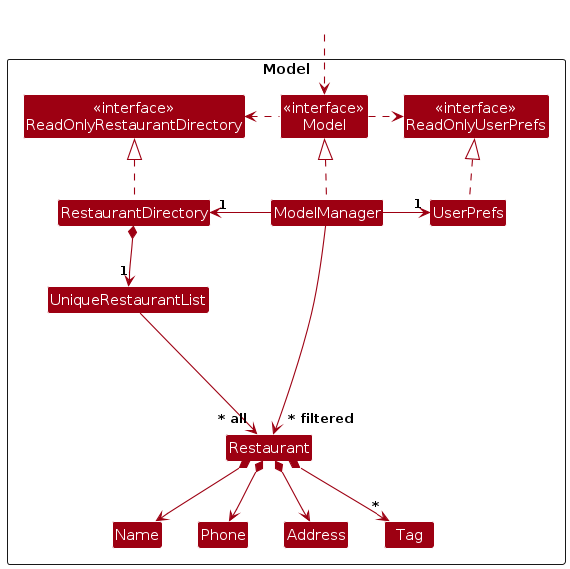
Earlier version of the PlantUML export diagrams/ModelClassDiagram.png (AY2526S1-CS2103T-T14-3/tp). Its source is kept beside it as diagrams/ModelClassDiagram.puml. Its diagram source:
```plantuml
@startuml
!include style.puml
skinparam arrowThickness 1.1
skinparam arrowColor MODEL_COLOR
skinparam classBackgroundColor MODEL_COLOR

Package Model as ModelPackage <<Rectangle>>{
Class "<<interface>>\nReadOnlyRestaurantDirectory" as ReadOnlyRestaurantDirectory
Class "<<interface>>\nReadOnlyUserPrefs" as ReadOnlyUserPrefs
Class "<<interface>>\nModel" as Model
Class RestaurantDirectory
Class ModelManager
Class UserPrefs

Class UniqueRestaurantList
Class Restaurant
Class Address
Class Name
Class Phone
Class Tag

Class I #FFFFFF
}

Class HiddenOutside #FFFFFF
HiddenOutside ..> Model

RestaurantDirectory .up.|> ReadOnlyRestaurantDirectory

ModelManager .up.|> Model
Model .right.> ReadOnlyUserPrefs
Model .left.> ReadOnlyRestaurantDirectory
ModelManager -left-> "1" RestaurantDirectory
ModelManager -right-> "1" UserPrefs
UserPrefs .up.|> ReadOnlyUserPrefs

RestaurantDirectory *--> "1" UniqueRestaurantList
UniqueRestaurantList --> "~* all" Restaurant
Restaurant *--> Name
Restaurant *--> Phone
Restaurant *--> Address
Restaurant *--> "*" Tag

Restaurant -[hidden]up--> I
UniqueRestaurantList -[hidden]right-> I

Name -[hidden]right-> Phone
Phone -[hidden]right-> Address

ModelManager --> "~* filtered" Restaurant
@enduml
```
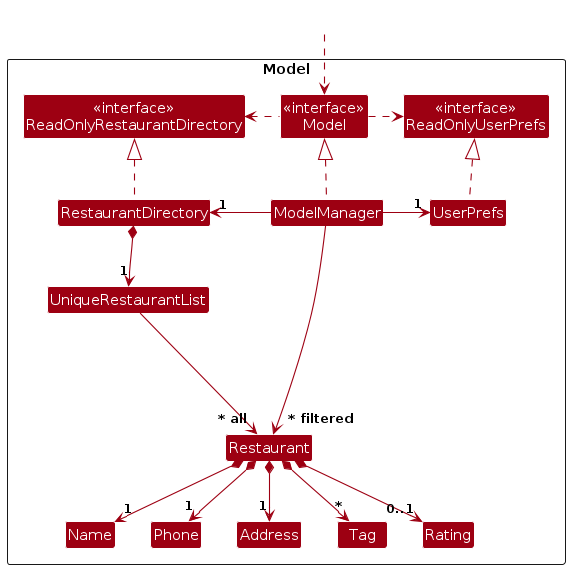
Later version of the same file.

Diff of the diagram source:
```diff
@@ -18,6 +18,7 @@
 Class Name
 Class Phone
 Class Tag
+Class Rating
 
 Class I #FFFFFF
 }
@@ -36,10 +37,11 @@
 
 RestaurantDirectory *--> "1" UniqueRestaurantList
 UniqueRestaurantList --> "~* all" Restaurant
-Restaurant *--> Name
-Restaurant *--> Phone
-Restaurant *--> Address
+Restaurant *--> "1" Name
+Restaurant *--> "1" Phone
+Restaurant *--> "1" Address
 Restaurant *--> "*" Tag
+Restaurant *--> "0..1" Rating
 
 Restaurant -[hidden]up--> I
 UniqueRestaurantList -[hidden]right-> I
```
